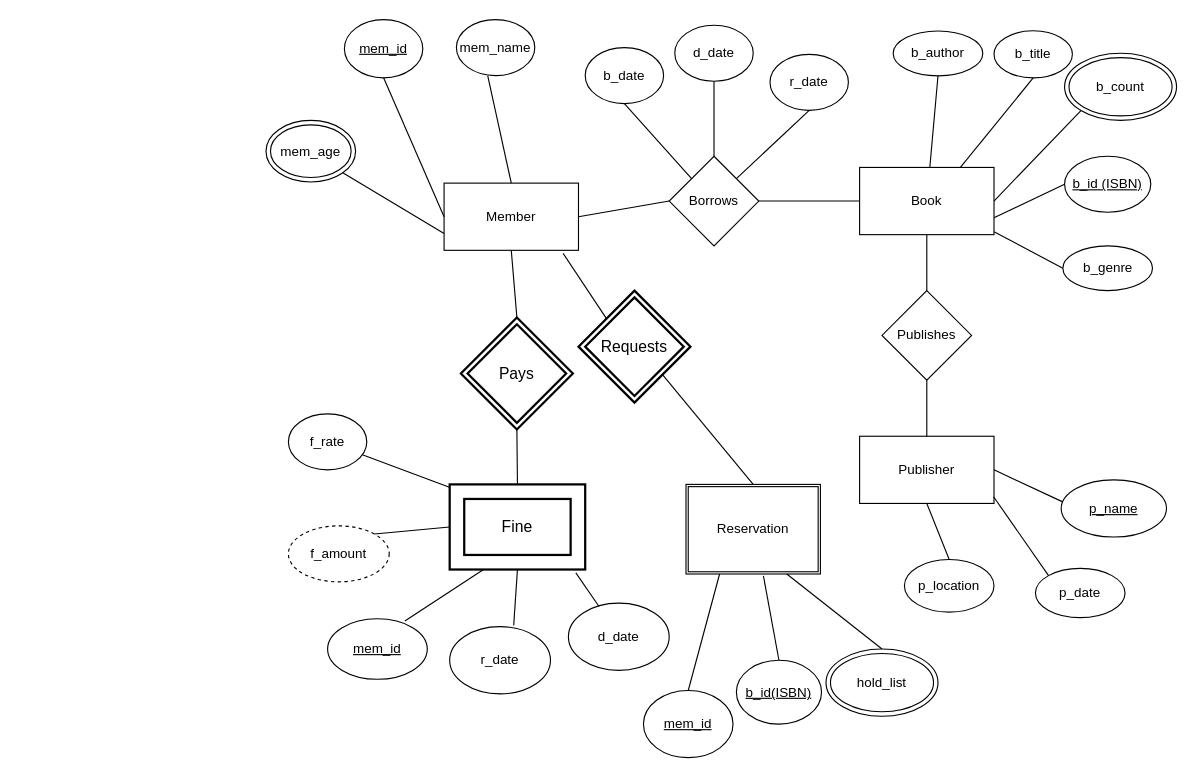
Before: CPS510_ER (4).drawio in AdnanReh/librarydatabase, a draw.io diagram. Source tidied: cells renumbered, new cells numbered last; positions are measured from the earlier drawing's top-left corner, leaving out a move shared by most shapes. Both pictures are drawn from the tidied source at 112%, with x=0, y=0 at pixel (265, 19).
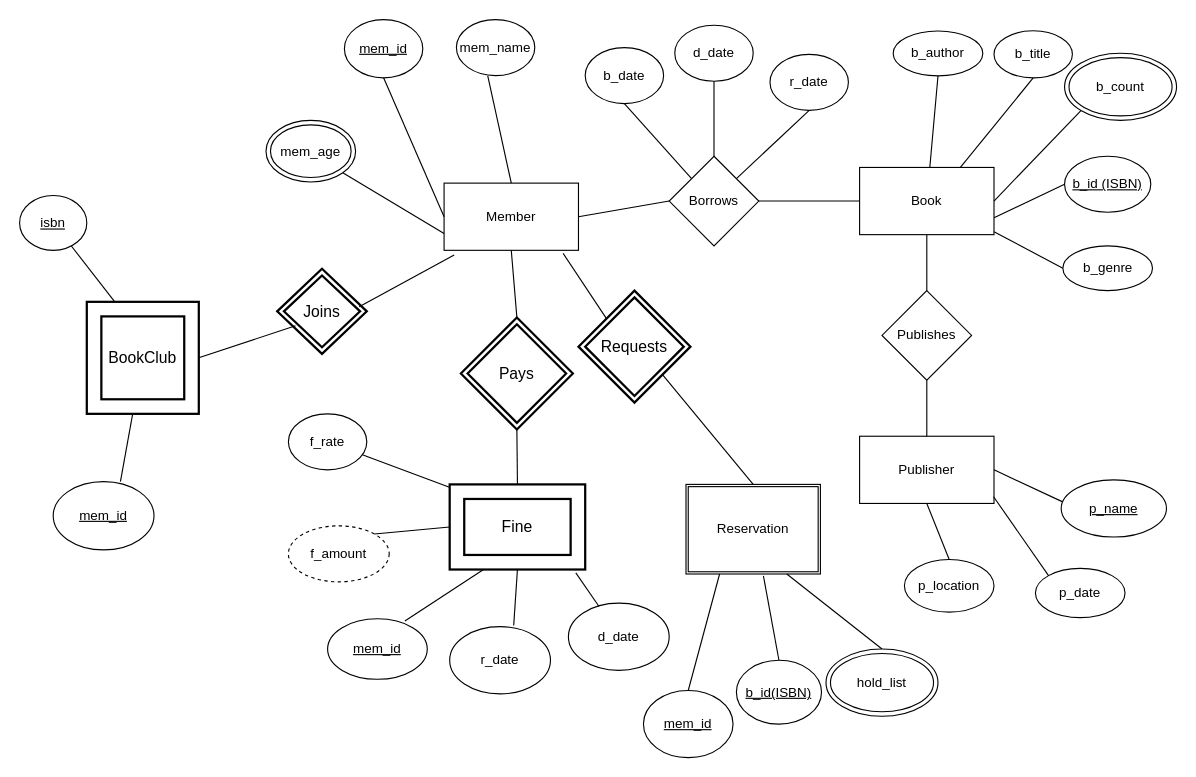
The same diagram, later.

Commit message:
added book club entity

Unchanged cells that the change refers to:
```xml
<mxCell id="2" value="Member" style="rounded=0;whiteSpace=wrap;html=1;" parent="1" vertex="1">
  <mxGeometry x="159" y="146" width="120" height="60" as="geometry" />
</mxCell>
```

What changed in the source:
```diff
@@
+    <mxCell id="63" value="BookClub" style="shape=ext;strokeWidth=2;margin=10;double=1;whiteSpace=wrap;html=1;align=center;fontSize=14;" parent="1" vertex="1">
+      <mxGeometry x="-160" y="252" width="100" height="100" as="geometry" />
+    </mxCell>
+    <mxCell id="64" value="Joins" style="shape=rhombus;double=1;strokeWidth=2;fontSize=17;perimeter=rhombusPerimeter;whiteSpace=wrap;html=1;align=center;fontSize=14;" parent="1" vertex="1">
+      <mxGeometry x="10" y="222.5" width="80" height="76" as="geometry" />
+    </mxCell>
+    <mxCell id="65" style="endArrow=none;html=1;entryX=0.205;entryY=0.668;entryDx=0;entryDy=0;entryPerimeter=0;exitX=1;exitY=0.5;exitDx=0;exitDy=0;" parent="1" edge="1" source="63" target="64">
+      <mxGeometry relative="1" as="geometry" />
+    </mxCell>
+    <mxCell id="66" style="endArrow=none;html=1;entryX=0.075;entryY=1.068;entryDx=0;entryDy=0;entryPerimeter=0;exitX=0.915;exitY=0.447;exitDx=0;exitDy=0;exitPerimeter=0;" parent="1" edge="1" source="64" target="2">
+      <mxGeometry relative="1" as="geometry" />
+    </mxCell>
+    <mxCell id="67" value="&lt;u&gt;mem_id&lt;/u&gt;" style="ellipse;whiteSpace=wrap;html=1;" parent="1" vertex="1">
+      <mxGeometry x="-190" y="412.5" width="90" height="61" as="geometry" />
+    </mxCell>
+    <mxCell id="68" style="endArrow=none;html=1;exitX=0.667;exitY=0;exitDx=0;exitDy=0;exitPerimeter=0;" parent="1" edge="1" source="67" target="63">
+      <mxGeometry relative="1" as="geometry" />
+    </mxCell>
+    <mxCell id="69" style="endArrow=none;html=1;exitX=0.25;exitY=0;exitDx=0;exitDy=0;" parent="1" edge="1" source="63" target="70">
+      <mxGeometry relative="1" as="geometry" />
+    </mxCell>
+    <mxCell id="70" value="&lt;u&gt;isbn&lt;/u&gt;" style="ellipse;whiteSpace=wrap;html=1;" parent="1" vertex="1">
+      <mxGeometry x="-220" y="157" width="60" height="49" as="geometry" />
+    </mxCell>
```
